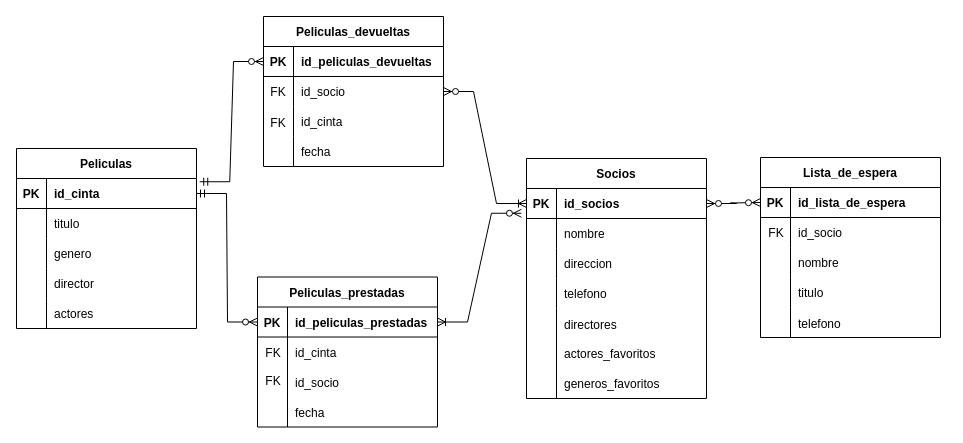
Earlier version of the draw.io diagram Draw.io/VideoClub-DER.drawio (alonfigue/VideoClubDB). Source tidied: cells renumbered, new cells numbered last; positions are measured from the earlier drawing's top-left corner, leaving out a move shared by most shapes. Both pictures are drawn from the tidied source at 100%, with x=0, y=0 at pixel (16, 16).
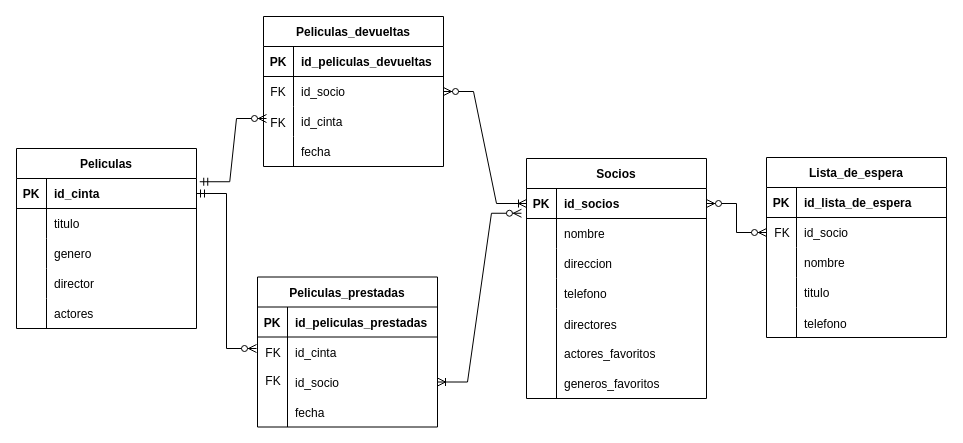
The same diagram, later.

The change refers to these unchanged cells:
```xml
<mxCell id="3" style="shape=tableRow;horizontal=0;startSize=0;swimlaneHead=0;swimlaneBody=0;fillColor=none;points=[[0,0.5],[1,0.5]];portConstraint=eastwest;top=0;left=0;right=0;bottom=1;" parent="2" vertex="1">
  <mxGeometry y="30" width="180" height="30" as="geometry" />
</mxCell>
<mxCell id="20" style="shape=tableRow;horizontal=0;startSize=0;swimlaneHead=0;swimlaneBody=0;fillColor=none;points=[[0,0.5],[1,0.5]];portConstraint=eastwest;top=0;left=0;right=0;bottom=1;" parent="19" vertex="1">
  <mxGeometry y="30" width="180" height="30" as="geometry" />
</mxCell>
<mxCell id="38" style="shape=tableRow;horizontal=0;startSize=0;swimlaneHead=0;swimlaneBody=0;fillColor=none;points=[[0,0.5],[1,0.5]];portConstraint=eastwest;top=0;left=0;right=0;bottom=1;" parent="37" vertex="1">
  <mxGeometry y="30" width="180" height="30" as="geometry" />
</mxCell>
<mxCell id="41" style="shape=tableRow;horizontal=0;startSize=0;swimlaneHead=0;swimlaneBody=0;fillColor=none;points=[[0,0.5],[1,0.5]];portConstraint=eastwest;top=0;left=0;right=0;bottom=0;" parent="37" vertex="1">
  <mxGeometry y="60" width="180" height="30" as="geometry" />
</mxCell>
<mxCell id="55" style="shape=tableRow;horizontal=0;startSize=0;swimlaneHead=0;swimlaneBody=0;fillColor=none;points=[[0,0.5],[1,0.5]];portConstraint=eastwest;top=0;left=0;right=0;bottom=1;" parent="54" vertex="1">
  <mxGeometry y="30" width="180" height="30" as="geometry" />
</mxCell>
<mxCell id="61" style="shape=tableRow;horizontal=0;startSize=0;swimlaneHead=0;swimlaneBody=0;fillColor=none;points=[[0,0.5],[1,0.5]];portConstraint=eastwest;top=0;left=0;right=0;bottom=0;" parent="54" vertex="1">
  <mxGeometry y="90" width="180" height="30" as="geometry" />
</mxCell>
<mxCell id="72" style="shape=tableRow;horizontal=0;startSize=0;swimlaneHead=0;swimlaneBody=0;fillColor=none;points=[[0,0.5],[1,0.5]];portConstraint=eastwest;top=0;left=0;right=0;bottom=1;" parent="71" vertex="1">
  <mxGeometry y="30" width="180" height="30" as="geometry" />
</mxCell>
```

Diff of the diagram source:
```diff
@@
     <mxCell id="37" value="Lista_de_espera" style="shape=table;startSize=30;childLayout=tableLayout;rowLines=0;fontStyle=1;align=center;" parent="1" vertex="1">
-      <mxGeometry x="744" y="141" width="180" height="180" as="geometry" />
+      <mxGeometry x="750" y="141" width="180" height="180" as="geometry" />
     </mxCell>
@@
     <mxCell id="50" value="telefono" style="shape=partialRectangle;fillColor=none;top=0;left=0;bottom=0;right=0;align=left;spacingLeft=6;overflow=hidden;" parent="1" vertex="1">
-      <mxGeometry x="774" y="292" width="150" height="30" as="geometry" />
+      <mxGeometry x="780" y="292" width="150" height="30" as="geometry" />
     </mxCell>
     <mxCell id="51" style="shape=partialRectangle;fillColor=none;top=0;left=0;bottom=0;right=0;overflow=hidden;" parent="1" vertex="1">
-      <mxGeometry x="744" y="291" width="30" height="30" as="geometry" />
+      <mxGeometry x="750" y="291" width="30" height="30" as="geometry" />
     </mxCell>
     <mxCell id="52" style="endArrow=none;html=1;rounded=0;" parent="1" edge="1">
       <mxGeometry relative="1" as="geometry">
-        <mxPoint x="774" y="321" as="sourcePoint" />
-        <mxPoint x="774" y="291" as="targetPoint" />
+        <mxPoint x="780" y="321" as="sourcePoint" />
+        <mxPoint x="780" y="291" as="targetPoint" />
       </mxGeometry>
     </mxCell>
     <mxCell id="53" value="FK" style="shape=partialRectangle;fillColor=none;top=0;left=0;bottom=0;right=0;fontStyle=0;overflow=hidden;" parent="1" vertex="1">
-      <mxGeometry x="730" y="206" width="60" height="20" as="geometry" />
+      <mxGeometry x="736" y="206" width="60" height="20" as="geometry" />
     </mxCell>
@@
-    <mxCell id="88" style="edgeStyle=entityRelationEdgeStyle;fontSize=12;html=1;endArrow=ERzeroToMany;endFill=1;startArrow=ERzeroToMany;rounded=0;exitX=1;exitY=0.5;exitDx=0;exitDy=0;entryX=0;entryY=0.5;entryDx=0;entryDy=0;" parent="1" edge="1" source="20" target="38">
+    <mxCell id="88" style="edgeStyle=entityRelationEdgeStyle;fontSize=12;html=1;endArrow=ERzeroToMany;endFill=1;startArrow=ERzeroToMany;rounded=0;exitX=1;exitY=0.5;exitDx=0;exitDy=0;entryX=0;entryY=0.5;entryDx=0;entryDy=0;" parent="1" edge="1" source="20" target="41">
       <mxGeometry relative="1" as="geometry" />
     </mxCell>
-    <mxCell id="89" style="edgeStyle=entityRelationEdgeStyle;fontSize=12;html=1;endArrow=ERoneToMany;startArrow=ERzeroToMany;rounded=0;entryX=1;entryY=0.5;entryDx=0;entryDy=0;exitX=-0.028;exitY=0.825;exitDx=0;exitDy=0;exitPerimeter=0;" parent="1" edge="1" source="20" target="55">
+    <mxCell id="89" style="edgeStyle=entityRelationEdgeStyle;fontSize=12;html=1;endArrow=ERoneToMany;startArrow=ERzeroToMany;rounded=0;entryX=1;entryY=0.5;entryDx=0;entryDy=0;exitX=-0.028;exitY=0.825;exitDx=0;exitDy=0;exitPerimeter=0;" parent="1" edge="1" source="20" target="61">
       <mxGeometry relative="1" as="geometry" />
     </mxCell>
-    <mxCell id="90" style="edgeStyle=entityRelationEdgeStyle;fontSize=12;html=1;endArrow=ERzeroToMany;startArrow=ERmandOne;rounded=0;exitX=1;exitY=0.5;exitDx=0;exitDy=0;entryX=0;entryY=0.5;entryDx=0;entryDy=0;" parent="1" edge="1" source="3" target="55">
-      <mxGeometry relative="1" as="geometry" />
+    <mxCell id="90" style="edgeStyle=entityRelationEdgeStyle;fontSize=12;html=1;endArrow=ERzeroToMany;startArrow=ERmandOne;rounded=0;exitX=1;exitY=0.5;exitDx=0;exitDy=0;" parent="1" edge="1" source="3">
+      <mxGeometry relative="1" as="geometry">
+        <mxPoint x="240" y="332" as="targetPoint" />
+      </mxGeometry>
     </mxCell>
@@
-    <mxCell id="92" style="edgeStyle=entityRelationEdgeStyle;fontSize=12;html=1;endArrow=ERzeroToMany;startArrow=ERmandOne;rounded=0;exitX=1.018;exitY=0.108;exitDx=0;exitDy=0;entryX=0;entryY=0.5;entryDx=0;entryDy=0;exitPerimeter=0;" parent="1" edge="1" source="3" target="72">
-      <mxGeometry relative="1" as="geometry" />
+    <mxCell id="92" style="edgeStyle=entityRelationEdgeStyle;fontSize=12;html=1;endArrow=ERzeroToMany;startArrow=ERmandOne;rounded=0;exitX=1.018;exitY=0.108;exitDx=0;exitDy=0;exitPerimeter=0;" parent="1" edge="1" source="3">
+      <mxGeometry relative="1" as="geometry">
+        <mxPoint x="250" y="102" as="targetPoint" />
+      </mxGeometry>
     </mxCell>
```
